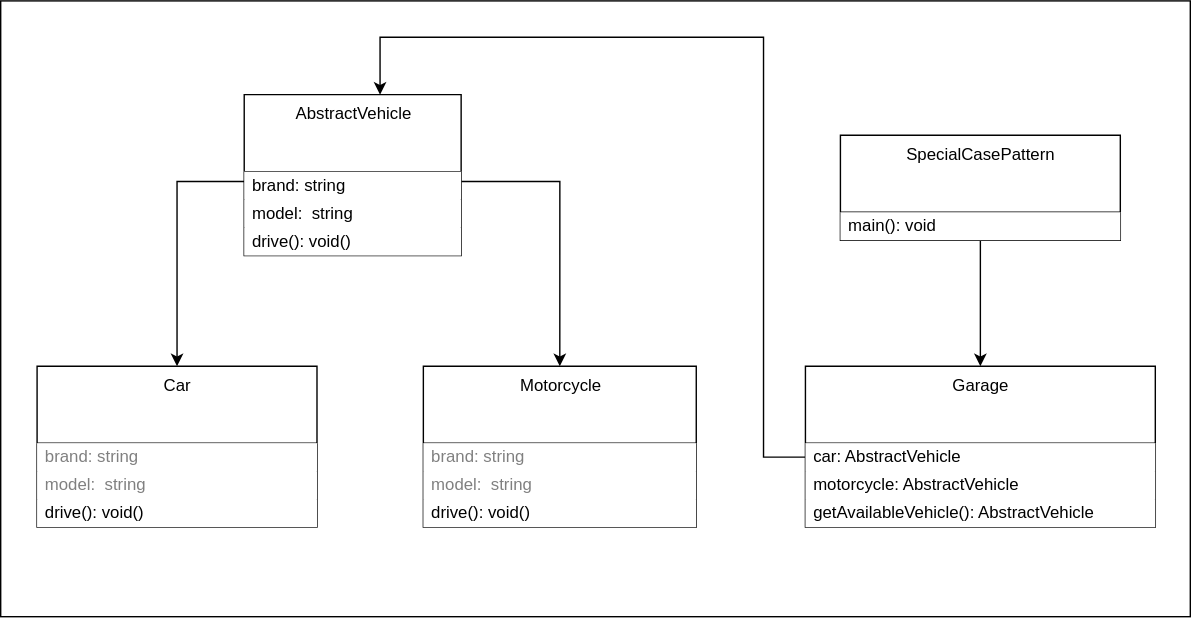
Before: images/clean-code-error-handling/SpecialCasePattern-1.1.svg, a diagram exported from draw.io (GabrielSlima/blog). Source tidied: cells renumbered, new cells last; positions are measured from the earlier drawing's top-left corner, leaving out a move shared by most shapes.
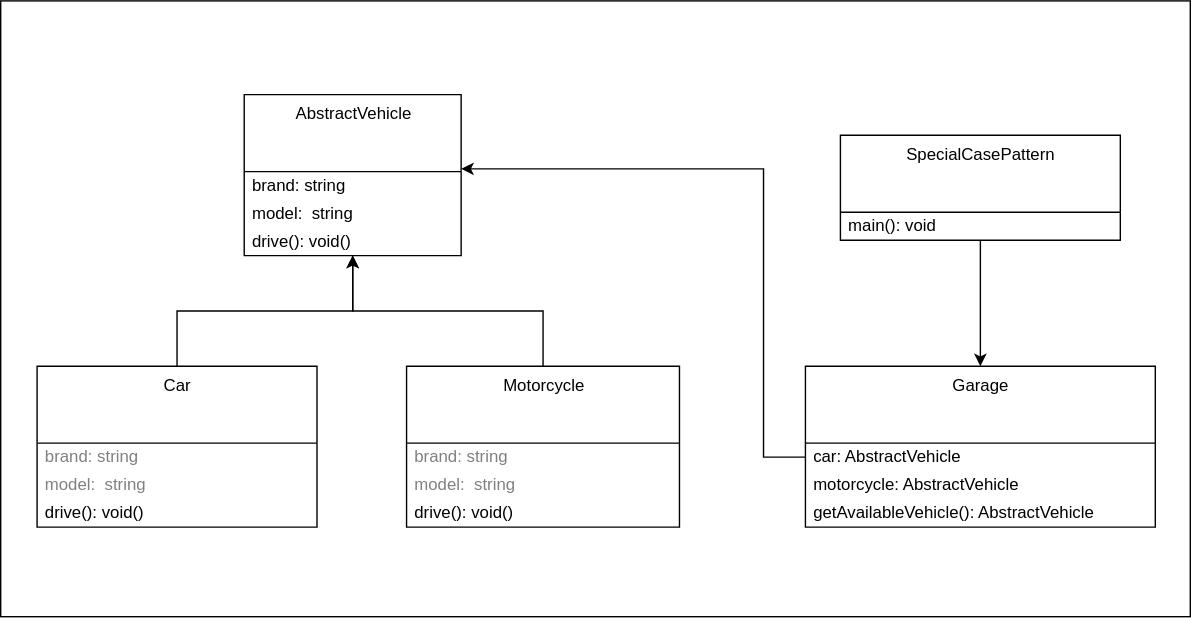
After the commit.

Change to the diagram source:
```diff
@@ -9,80 +9,71 @@
       <mxGeometry relative="1" as="geometry">
         <Array as="points">
           <mxPoint x="545" y="326" />
-          <mxPoint x="545" y="26" />
-          <mxPoint x="271" y="26" />
+          <mxPoint x="545" y="120" />
         </Array>
       </mxGeometry>
     </mxCell>
-    <mxCell id="4" value="Garage" style="swimlane;fontStyle=0;align=center;verticalAlign=top;horizontal=1;startSize=55;html=1;" parent="1" vertex="1">
+    <mxCell id="4" value="Garage" style="swimlane;fontStyle=0;align=center;verticalAlign=top;horizontal=1;startSize=55;html=1;fillColor=none;" parent="1" vertex="1">
       <mxGeometry x="575" y="261" width="250" height="115" as="geometry" />
     </mxCell>
-    <mxCell id="5" value="&lt;div&gt;car: AbstractVehicle&lt;br&gt;&lt;/div&gt;" style="text;html=1;strokeColor=none;align=left;verticalAlign=middle;spacingLeft=4;spacingRight=4;overflow=hidden;points=[[0,0.5],[1,0.5]];portConstraint=eastwest;fillColor=#ffffff;" parent="4" vertex="1">
+    <mxCell id="5" value="&lt;div&gt;car: AbstractVehicle&lt;br&gt;&lt;/div&gt;" style="text;html=1;strokeColor=none;align=left;verticalAlign=middle;spacingLeft=4;spacingRight=4;overflow=hidden;points=[[0,0.5],[1,0.5]];portConstraint=eastwest;" parent="4" vertex="1">
       <mxGeometry y="55" width="250" height="20" as="geometry" />
     </mxCell>
-    <mxCell id="6" value="&lt;div&gt;motorcycle: AbstractVehicle&lt;/div&gt;" style="text;html=1;strokeColor=none;align=left;verticalAlign=middle;spacingLeft=4;spacingRight=4;overflow=hidden;fillColor=#ffffff;" parent="4" vertex="1">
+    <mxCell id="6" value="&lt;div&gt;motorcycle: AbstractVehicle&lt;/div&gt;" style="text;html=1;strokeColor=none;align=left;verticalAlign=middle;spacingLeft=4;spacingRight=4;overflow=hidden;" parent="4" vertex="1">
       <mxGeometry y="75" width="250" height="20" as="geometry" />
     </mxCell>
-    <mxCell id="7" value="&lt;div&gt;getAvailableVehicle(): AbstractVehicle&lt;/div&gt;" style="text;html=1;strokeColor=none;align=left;verticalAlign=middle;spacingLeft=4;spacingRight=4;overflow=hidden;fillColor=#ffffff;" parent="4" vertex="1">
+    <mxCell id="7" value="&lt;div&gt;getAvailableVehicle(): AbstractVehicle&lt;/div&gt;" style="text;html=1;strokeColor=none;align=left;verticalAlign=middle;spacingLeft=4;spacingRight=4;overflow=hidden;" parent="4" vertex="1">
       <mxGeometry y="95" width="250" height="20" as="geometry" />
     </mxCell>
+    <mxCell id="25" style="edgeStyle=orthogonalEdgeStyle;rounded=0;jettySize=auto;html=1;" parent="1" edge="1" source="8" target="21">
+      <mxGeometry relative="1" as="geometry" />
+    </mxCell>
-    <mxCell id="8" value="Motorcycle" style="swimlane;fontStyle=0;align=center;verticalAlign=top;horizontal=1;startSize=55;html=1;" parent="1" vertex="1">
-      <mxGeometry x="302" y="261" width="195" height="115" as="geometry" />
+    <mxCell id="8" value="Motorcycle" style="swimlane;fontStyle=0;align=center;verticalAlign=top;horizontal=1;startSize=55;html=1;fillColor=none;" parent="1" vertex="1">
+      <mxGeometry x="290" y="261" width="195" height="115" as="geometry" />
     </mxCell>
-    <mxCell id="9" value="brand: string" style="text;html=1;strokeColor=none;align=left;verticalAlign=middle;spacingLeft=4;spacingRight=4;overflow=hidden;fontColor=#808080;fillColor=#ffffff;" parent="8" vertex="1">
+    <mxCell id="9" value="brand: string" style="text;html=1;strokeColor=none;align=left;verticalAlign=middle;spacingLeft=4;spacingRight=4;overflow=hidden;fontColor=#808080;" parent="8" vertex="1">
       <mxGeometry y="55" width="195" height="20" as="geometry" />
     </mxCell>
-    <mxCell id="10" value="&lt;div&gt;model:&amp;nbsp; string&lt;/div&gt;" style="text;html=1;strokeColor=none;align=left;verticalAlign=middle;spacingLeft=4;spacingRight=4;overflow=hidden;fontColor=#808080;fillColor=#ffffff;" parent="8" vertex="1">
+    <mxCell id="10" value="&lt;div&gt;model:&amp;nbsp; string&lt;/div&gt;" style="text;html=1;strokeColor=none;align=left;verticalAlign=middle;spacingLeft=4;spacingRight=4;overflow=hidden;fontColor=#808080;" parent="8" vertex="1">
       <mxGeometry y="75" width="195" height="20" as="geometry" />
     </mxCell>
-    <mxCell id="11" value="&lt;div&gt;drive(): void()&lt;/div&gt;" style="text;html=1;strokeColor=none;align=left;verticalAlign=middle;spacingLeft=4;spacingRight=4;overflow=hidden;fillColor=#ffffff;" parent="8" vertex="1">
+    <mxCell id="11" value="&lt;div&gt;drive(): void()&lt;/div&gt;" style="text;html=1;strokeColor=none;align=left;verticalAlign=middle;spacingLeft=4;spacingRight=4;overflow=hidden;" parent="8" vertex="1">
       <mxGeometry y="95" width="195" height="20" as="geometry" />
     </mxCell>
+    <mxCell id="26" style="edgeStyle=orthogonalEdgeStyle;rounded=0;jettySize=auto;html=1;" parent="1" edge="1" source="12" target="21">
+      <mxGeometry relative="1" as="geometry" />
+    </mxCell>
-    <mxCell id="12" value="Car" style="swimlane;fontStyle=0;align=center;verticalAlign=top;horizontal=1;startSize=55;html=1;" parent="1" vertex="1">
+    <mxCell id="12" value="Car" style="swimlane;fontStyle=0;align=center;verticalAlign=top;horizontal=1;startSize=55;html=1;fillColor=none;" parent="1" vertex="1">
       <mxGeometry x="26" y="261" width="200" height="115" as="geometry" />
     </mxCell>
-    <mxCell id="13" value="brand: string" style="text;html=1;strokeColor=none;align=left;verticalAlign=middle;spacingLeft=4;spacingRight=4;overflow=hidden;fontColor=#808080;fillColor=#ffffff;" parent="12" vertex="1">
+    <mxCell id="13" value="brand: string" style="text;html=1;strokeColor=none;align=left;verticalAlign=middle;spacingLeft=4;spacingRight=4;overflow=hidden;fontColor=#808080;" parent="12" vertex="1">
       <mxGeometry y="55" width="200" height="20" as="geometry" />
     </mxCell>
-    <mxCell id="14" value="&lt;div&gt;model:&amp;nbsp; string&lt;/div&gt;" style="text;html=1;strokeColor=none;align=left;verticalAlign=middle;spacingLeft=4;spacingRight=4;overflow=hidden;fontColor=#808080;fillColor=#ffffff;" parent="12" vertex="1">
+    <mxCell id="14" value="&lt;div&gt;model:&amp;nbsp; string&lt;/div&gt;" style="text;html=1;strokeColor=none;align=left;verticalAlign=middle;spacingLeft=4;spacingRight=4;overflow=hidden;fontColor=#808080;" parent="12" vertex="1">
       <mxGeometry y="75" width="200" height="20" as="geometry" />
     </mxCell>
-    <mxCell id="15" value="&lt;div&gt;drive(): void()&lt;/div&gt;" style="text;html=1;align=left;verticalAlign=middle;spacingLeft=4;spacingRight=4;overflow=hidden;fillColor=#ffffff;shadow=0;sketch=0;" parent="12" vertex="1">
+    <mxCell id="15" value="&lt;div&gt;drive(): void()&lt;/div&gt;" style="text;html=1;align=left;verticalAlign=middle;spacingLeft=4;spacingRight=4;overflow=hidden;shadow=0;sketch=0;" parent="12" vertex="1">
       <mxGeometry y="95" width="200" height="20" as="geometry" />
     </mxCell>
     <mxCell id="16" style="edgeStyle=orthogonalEdgeStyle;rounded=0;jettySize=auto;html=1;fontColor=#808080;" parent="1" edge="1" source="17" target="4">
       <mxGeometry relative="1" as="geometry" />
     </mxCell>
-    <mxCell id="17" value="SpecialCasePattern" style="swimlane;fontStyle=0;align=center;verticalAlign=top;horizontal=1;startSize=55;html=1;" parent="1" vertex="1">
+    <mxCell id="17" value="SpecialCasePattern" style="swimlane;fontStyle=0;align=center;verticalAlign=top;horizontal=1;startSize=55;html=1;fillColor=none;" parent="1" vertex="1">
       <mxGeometry x="600" y="96" width="200" height="75" as="geometry" />
     </mxCell>
-    <mxCell id="18" value="&lt;div&gt;main(): void&lt;/div&gt;" style="text;html=1;strokeColor=none;align=left;verticalAlign=middle;spacingLeft=4;spacingRight=4;overflow=hidden;fillColor=#ffffff;" parent="17" vertex="1">
+    <mxCell id="18" value="&lt;div&gt;main(): void&lt;/div&gt;" style="text;html=1;strokeColor=none;align=left;verticalAlign=middle;spacingLeft=4;spacingRight=4;overflow=hidden;" parent="17" vertex="1">
       <mxGeometry y="55" width="200" height="20" as="geometry" />
     </mxCell>
-    <mxCell id="19" style="edgeStyle=orthogonalEdgeStyle;rounded=0;jettySize=auto;html=1;" parent="1" edge="1" source="21" target="12">
-      <mxGeometry relative="1" as="geometry">
-        <Array as="points">
-          <mxPoint x="126" y="129" />
-        </Array>
-      </mxGeometry>
-    </mxCell>
-    <mxCell id="20" style="edgeStyle=orthogonalEdgeStyle;rounded=0;jettySize=auto;html=1;entryX=0.5;entryY=0;entryDx=0;entryDy=0;fontColor=#808080;" parent="1" edge="1" source="21" target="8">
-      <mxGeometry relative="1" as="geometry">
-        <Array as="points">
-          <mxPoint x="400" y="129" />
-        </Array>
-      </mxGeometry>
-    </mxCell>
-    <mxCell id="21" value="AbstractVehicle" style="swimlane;fontStyle=0;align=center;verticalAlign=top;horizontal=1;startSize=55;html=1;swimlaneLine=1;" parent="1" vertex="1">
+    <mxCell id="21" value="AbstractVehicle" style="swimlane;fontStyle=0;align=center;verticalAlign=top;horizontal=1;startSize=55;html=1;swimlaneLine=1;fillColor=none;" parent="1" vertex="1">
       <mxGeometry x="174" y="67" width="155" height="115" as="geometry" />
     </mxCell>
-    <mxCell id="22" value="brand: string" style="text;html=1;align=left;verticalAlign=middle;spacingLeft=4;spacingRight=4;overflow=hidden;fillColor=#ffffff;" parent="21" vertex="1">
+    <mxCell id="22" value="brand: string" style="text;html=1;align=left;verticalAlign=middle;spacingLeft=4;spacingRight=4;overflow=hidden;gradientColor=#ffffff;" parent="21" vertex="1">
       <mxGeometry y="55" width="155" height="20" as="geometry" />
     </mxCell>
-    <mxCell id="23" value="&lt;div&gt;model:&amp;nbsp; string&lt;/div&gt;" style="text;html=1;strokeColor=none;align=left;verticalAlign=middle;spacingLeft=4;spacingRight=4;overflow=hidden;fillColor=#ffffff;" parent="21" vertex="1">
+    <mxCell id="23" value="&lt;div&gt;model:&amp;nbsp; string&lt;/div&gt;" style="text;html=1;strokeColor=none;align=left;verticalAlign=middle;spacingLeft=4;spacingRight=4;overflow=hidden;gradientColor=#ffffff;" parent="21" vertex="1">
       <mxGeometry y="75" width="155" height="20" as="geometry" />
     </mxCell>
-    <mxCell id="24" value="&lt;div&gt;drive(): void()&lt;/div&gt;" style="text;html=1;strokeColor=none;align=left;verticalAlign=middle;spacingLeft=4;spacingRight=4;overflow=hidden;fillColor=#ffffff;" parent="21" vertex="1">
+    <mxCell id="24" value="&lt;div&gt;drive(): void()&lt;/div&gt;" style="text;html=1;strokeColor=none;align=left;verticalAlign=middle;spacingLeft=4;spacingRight=4;overflow=hidden;gradientColor=#ffffff;" parent="21" vertex="1">
       <mxGeometry y="95" width="155" height="20" as="geometry" />
     </mxCell>
   </root>
```
